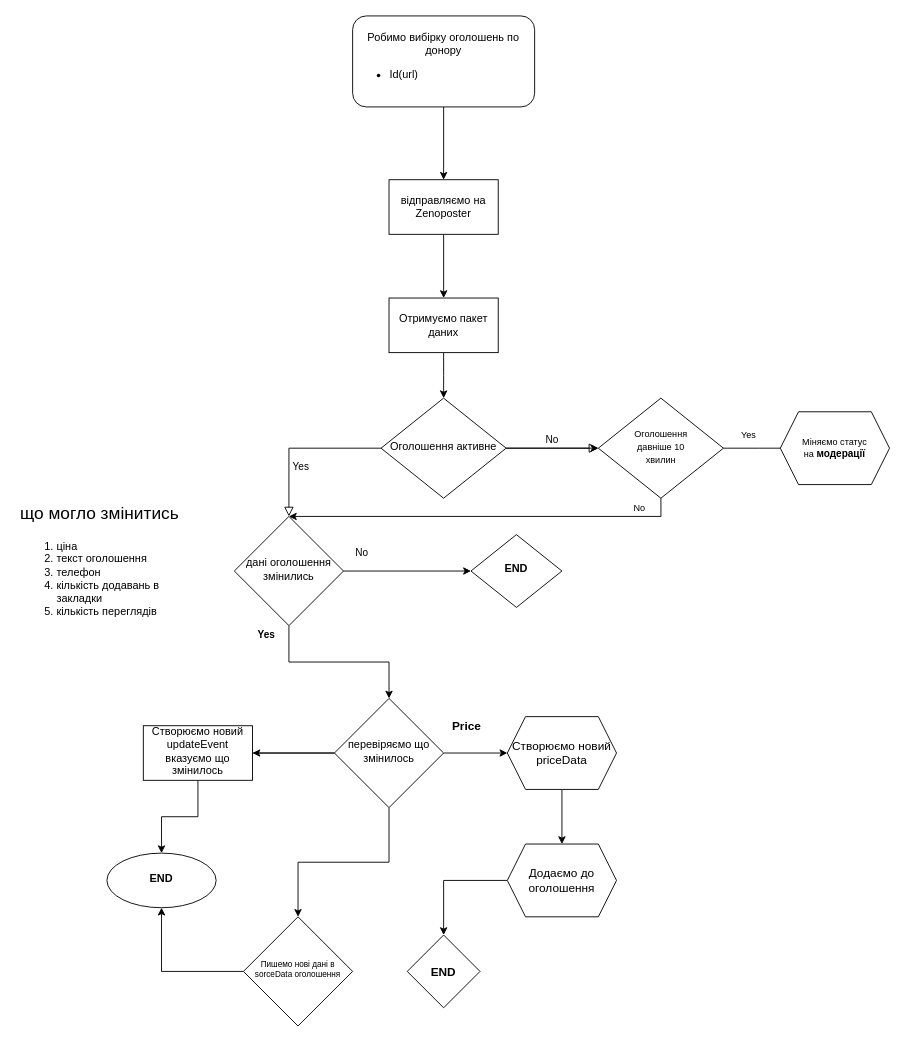
Earlier version of the draw.io diagram Algorithm_2.drawio (Dromich/car_dog_diagram). Source tidied: cells renumbered, new cells numbered last; positions are measured from the earlier drawing's top-left corner, leaving out a move shared by most shapes. Both pictures are drawn from the tidied source at 91%, with x=0, y=0 at pixel (15, 15).
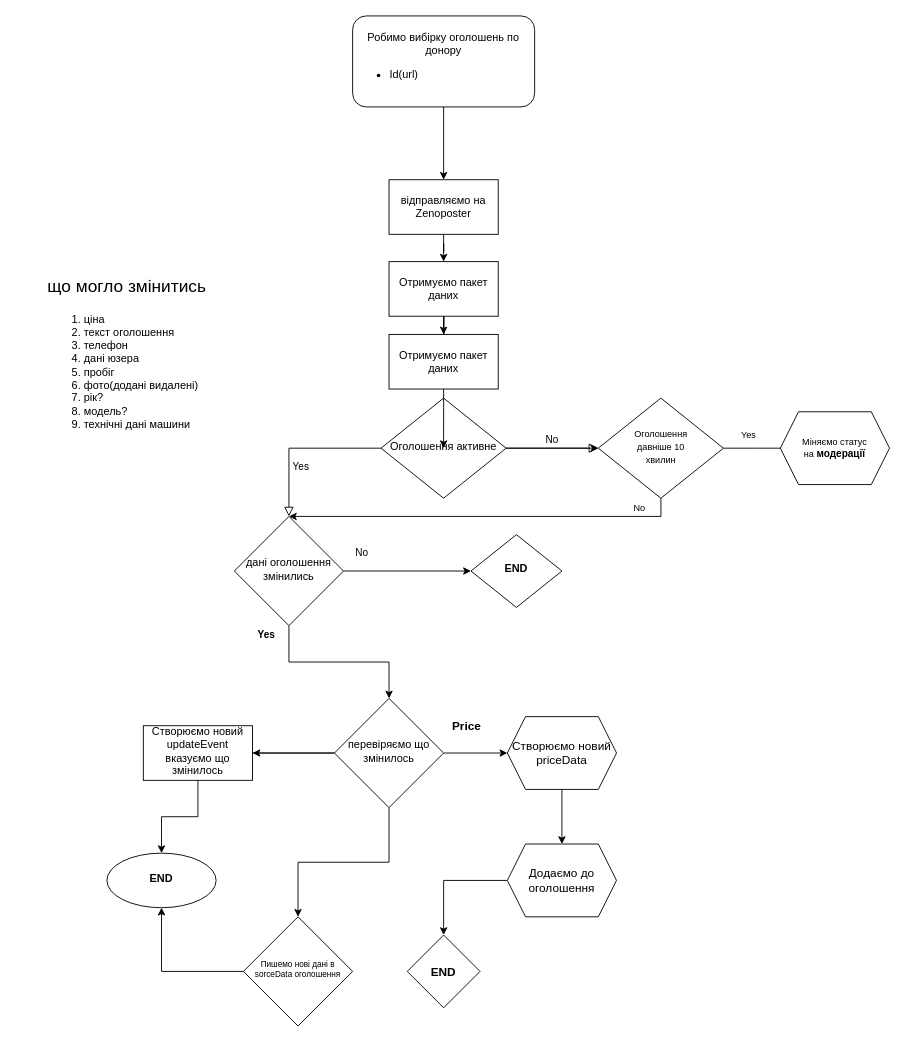
The same diagram, later.

Unchanged cells that the change refers to:
```xml
<mxCell id="7" value="Оголошення активне" style="rhombus;whiteSpace=wrap;html=1;shadow=0;fontFamily=Helvetica;fontSize=12;align=center;strokeWidth=1;spacing=6;spacingTop=-4;" parent="1" vertex="1">
  <mxGeometry x="401.2" y="420" width="137.5" height="110" as="geometry" />
</mxCell>
```

What changed in the source:
```diff
@@
-    <mxCell id="13" style="edgeStyle=orthogonalEdgeStyle;rounded=0;jettySize=auto;html=1;" parent="1" edge="1" source="14" target="7">
+    <mxCell id="13" style="edgeStyle=orthogonalEdgeStyle;rounded=0;jettySize=auto;html=1;startArrow=none;" parent="1" edge="1" source="42" target="7">
       <mxGeometry relative="1" as="geometry" />
     </mxCell>
+    <mxCell id="41" style="edgeStyle=orthogonalEdgeStyle;rounded=0;jettySize=auto;html=1;" parent="1" edge="1" source="14" target="42">
+      <mxGeometry relative="1" as="geometry" />
+    </mxCell>
     <mxCell id="14" value="Отримуємо пакет даних" style="rounded=0;whiteSpace=wrap;html=1;" parent="1" vertex="1">
-      <mxGeometry x="410" y="310" width="120" height="60" as="geometry" />
+      <mxGeometry x="410" y="270" width="120" height="60" as="geometry" />
     </mxCell>
@@
-    <mxCell id="40" value="&lt;h1&gt;&lt;span style=&quot;font-weight: normal;&quot;&gt;&lt;font style=&quot;font-size: 19px; line-height: 0.5;&quot;&gt;що могло змінитись&lt;/font&gt;&lt;/span&gt;&lt;br&gt;&lt;/h1&gt;&lt;ol&gt;&lt;li&gt;ціна &lt;br&gt;&lt;/li&gt;&lt;li&gt;текст оголошення&lt;/li&gt;&lt;li&gt;телефон&lt;/li&gt;&lt;li&gt;кількість додавань в закладки&lt;/li&gt;&lt;li&gt;кількість переглядів&lt;br&gt;&lt;/li&gt;&lt;/ol&gt;" style="text;html=1;strokeColor=none;fillColor=none;spacing=5;spacingTop=-20;whiteSpace=wrap;overflow=hidden;rounded=0;" parent="1" vertex="1">
-      <mxGeometry y="525" width="190" height="170" as="geometry" />
+    <mxCell id="40" value="&lt;h1&gt;&lt;span style=&quot;font-weight: normal;&quot;&gt;&lt;font style=&quot;font-size: 19px; line-height: 0.5;&quot;&gt;що могло змінитись&lt;/font&gt;&lt;/span&gt;&lt;br&gt;&lt;/h1&gt;&lt;ol&gt;&lt;li&gt;ціна &lt;br&gt;&lt;/li&gt;&lt;li&gt;текст оголошення&lt;/li&gt;&lt;li&gt;телефон&lt;/li&gt;&lt;li&gt;дані юзера&lt;/li&gt;&lt;li&gt;пробіг&lt;/li&gt;&lt;li&gt;фото(додані видалені)&lt;/li&gt;&lt;li&gt;рік?&lt;/li&gt;&lt;li&gt;модель?&lt;/li&gt;&lt;li&gt;технічні дані машини&lt;br&gt;&lt;/li&gt;&lt;/ol&gt;" style="text;html=1;strokeColor=none;fillColor=none;spacing=5;spacingTop=-20;whiteSpace=wrap;overflow=hidden;rounded=0;" parent="1" vertex="1">
+      <mxGeometry x="30" y="276.2" width="190" height="397.5" as="geometry" />
     </mxCell>
+    <mxCell id="42" value="Отримуємо пакет даних" style="rounded=0;whiteSpace=wrap;html=1;" parent="1" vertex="1">
+      <mxGeometry x="410" y="350" width="120" height="60" as="geometry" />
+    </mxCell>
+    <mxCell id="43" style="edgeStyle=orthogonalEdgeStyle;rounded=0;jettySize=auto;html=1;endArrow=none;" parent="1" edge="1" source="14" target="42">
+      <mxGeometry relative="1" as="geometry" />
+    </mxCell>
```
